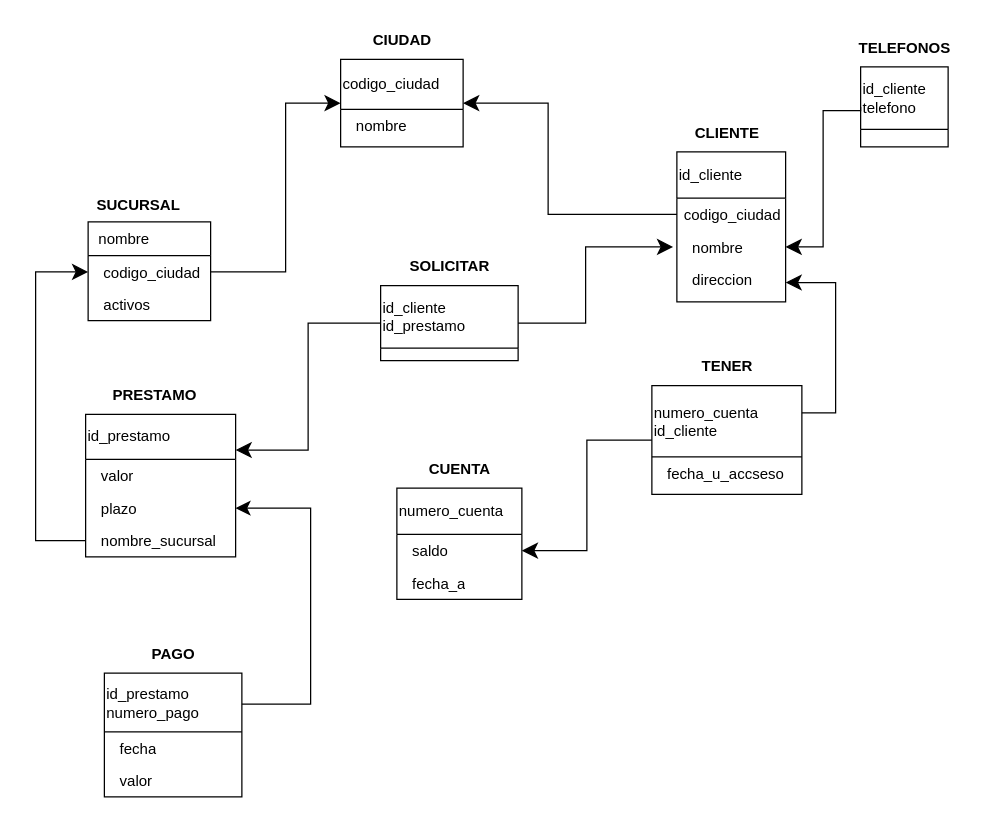
The draw.io diagram proyecto_banco/docs/diagrama_normalizado.drawio in XhuaShell/base_de_datos_avanzadas, before the edit. Source tidied: cells renumbered, new cells numbered last; positions are measured from the earlier drawing's top-left corner, leaving out a move shared by most shapes. Both pictures are drawn from the tidied source at 125%, with x=0, y=0 at pixel (35, 21).
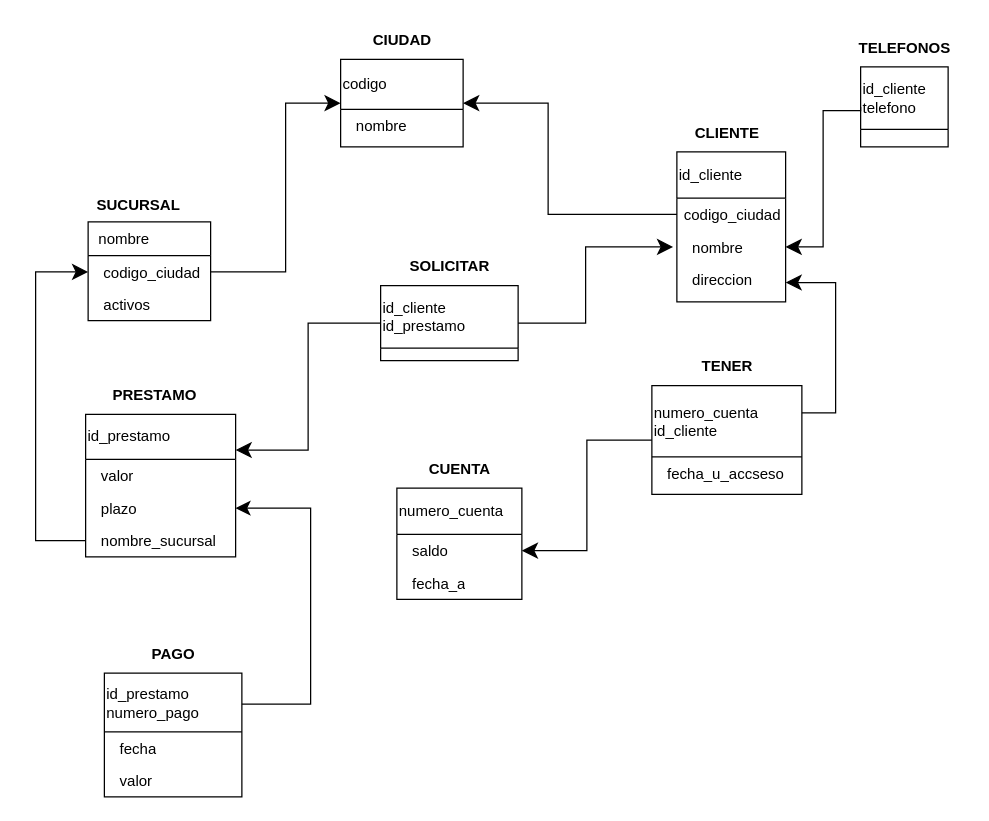
Above is the later version.

Commit message (it also covers changes not shown here):
Se agregró el DDL corregido; Se corrigieron errores en el diagrama normalizado

The edit, as a diff of the source:
```diff
@@
-    <mxCell id="40" value="codigo_ciudad" style="swimlane;fontStyle=0;horizontal=1;startSize=40;fillColor=none;whiteSpace=wrap;html=1;align=left;rounded=0;" parent="1" vertex="1">
+    <mxCell id="40" value="codigo" style="swimlane;fontStyle=0;horizontal=1;startSize=40;fillColor=none;whiteSpace=wrap;html=1;align=left;rounded=0;" parent="1" vertex="1">
       <mxGeometry x="244" y="30" width="98" height="70" as="geometry" />
     </mxCell>
```
